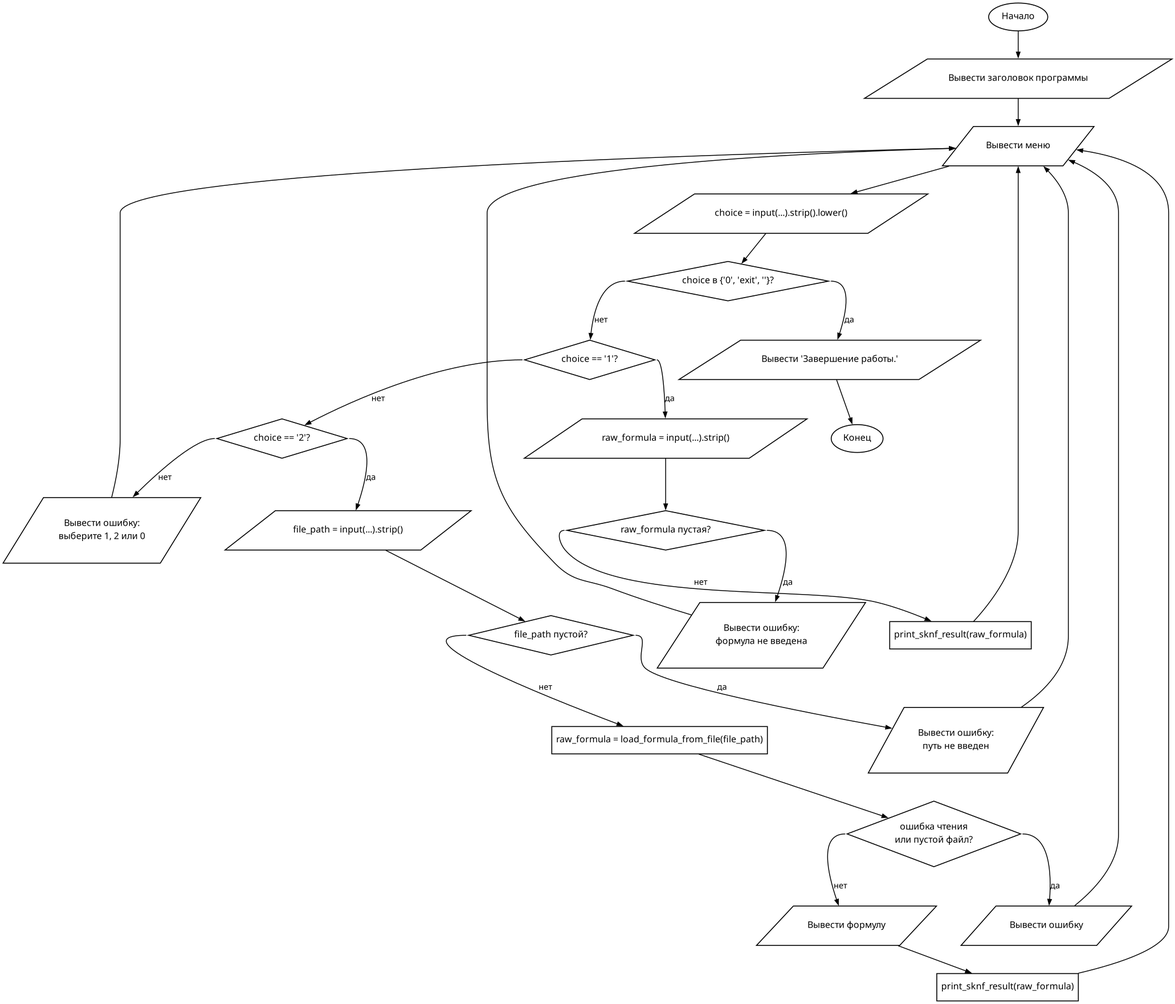
Before: lab1/diagrams/png/_run_main.png, a diagram exported from PlantUML (Woijech/LOIS). Its source is kept beside it as lab1/diagrams/_run_main.puml.
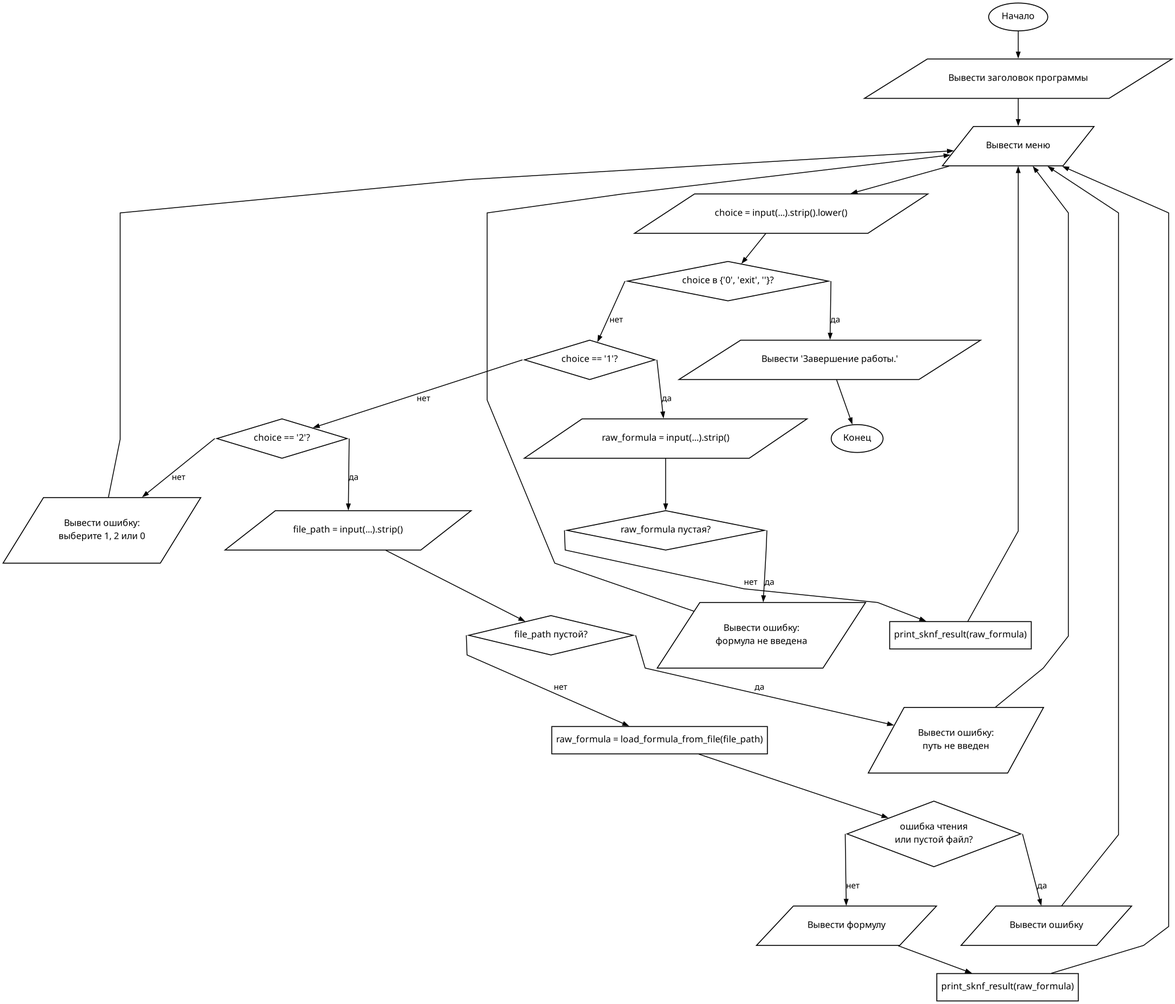
Above is the later version.

Diff of the diagram source:
```diff
@@ -1,6 +1,6 @@
 @startdot _run_main
 digraph G {
-  graph [rankdir=TB, bgcolor=white, nodesep=0.45, ranksep=0.5];
+  graph [rankdir=TB, bgcolor=white, splines=polyline, nodesep=0.45, ranksep=0.5];
   node [
     fontname="Times New Roman",
     fontsize=12,
```
